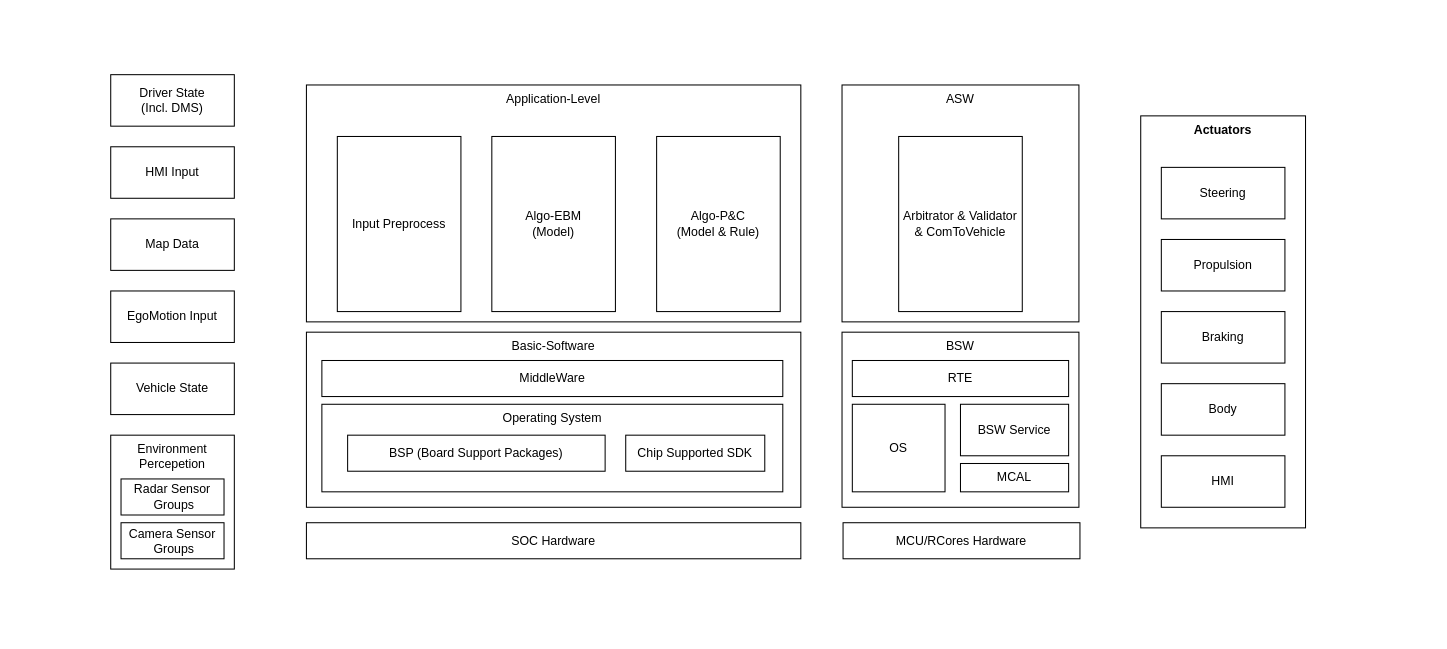
This is 未命名绘图.drawio from pokowee/tinyrenderer_fork, a draw.io file, before an edit. Source tidied: cells renumbered, new cells numbered last; positions are measured from the earlier drawing's top-left corner, leaving out a move shared by most shapes. Both pictures are drawn from the tidied source at 103%, with x=0, y=0 at pixel (110, 74).
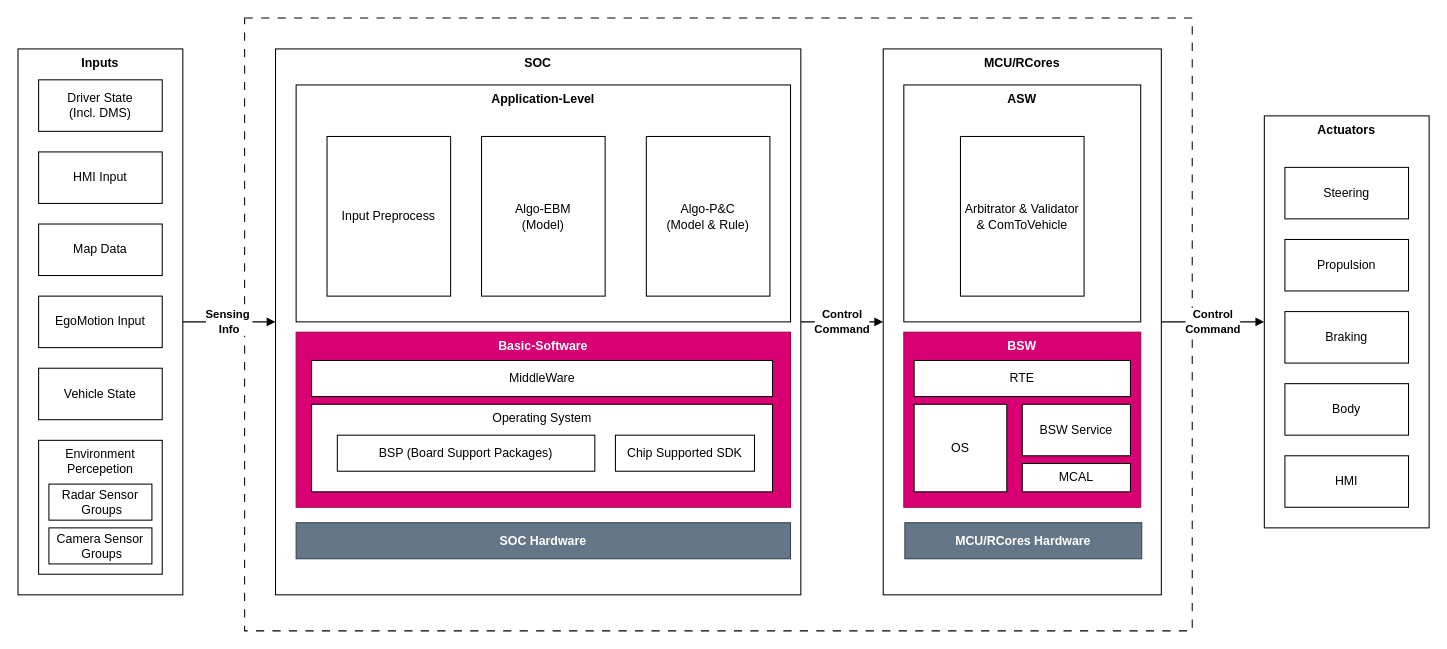
Above is the later version.

Commit message:
更新未命名绘图.drawio

Diff of the diagram source:
```diff
@@
+    <mxCell id="34" style="rounded=0;whiteSpace=wrap;html=1;dashed=1;dashPattern=8 8;fillColor=none;fontStyle=1;" parent="1" vertex="1">
+      <mxGeometry x="130" y="-55" width="920" height="595" as="geometry" />
+    </mxCell>
+    <mxCell id="35" value="Control&lt;div&gt;Command&lt;/div&gt;" style="edgeStyle=orthogonalEdgeStyle;rounded=0;jettySize=auto;html=1;exitX=1;exitY=0.5;exitDx=0;exitDy=0;entryX=0;entryY=0.5;entryDx=0;entryDy=0;endArrow=block;endFill=1;fontStyle=1;" parent="1" edge="1" source="36" target="5">
+      <mxGeometry relative="1" as="geometry" />
+    </mxCell>
+    <mxCell id="36" value="MCU/RCores" style="rounded=0;whiteSpace=wrap;html=1;verticalAlign=top;fontStyle=1;" parent="1" vertex="1">
+      <mxGeometry x="750" y="-25" width="270" height="530" as="geometry" />
+    </mxCell>
+    <mxCell id="37" value="Control&lt;br&gt;Command" style="edgeStyle=orthogonalEdgeStyle;rounded=0;jettySize=auto;html=1;exitX=1;exitY=0.5;exitDx=0;exitDy=0;entryX=0;entryY=0.5;entryDx=0;entryDy=0;endArrow=block;endFill=1;fontStyle=1;" parent="1" edge="1" source="38" target="36">
+      <mxGeometry relative="1" as="geometry" />
+    </mxCell>
+    <mxCell id="38" value="SOC" style="rounded=0;whiteSpace=wrap;html=1;verticalAlign=top;fontStyle=1;" parent="1" vertex="1">
+      <mxGeometry x="160" y="-25" width="510" height="530" as="geometry" />
+    </mxCell>
+    <mxCell id="39" value="Sensing&amp;nbsp;&lt;div&gt;Info&lt;/div&gt;" style="edgeStyle=orthogonalEdgeStyle;rounded=0;jettySize=auto;html=1;exitX=1;exitY=0.5;exitDx=0;exitDy=0;entryX=0;entryY=0.5;entryDx=0;entryDy=0;endArrow=block;endFill=1;fontStyle=1;" parent="1" edge="1" source="40" target="38">
+      <mxGeometry relative="1" as="geometry" />
+    </mxCell>
+    <mxCell id="40" value="&lt;b&gt;Inputs&lt;/b&gt;" style="rounded=0;whiteSpace=wrap;html=1;verticalAlign=top;" parent="1" vertex="1">
+      <mxGeometry x="-90" y="-25" width="160" height="530" as="geometry" />
+    </mxCell>
-    <mxCell id="2" value="ASW" style="rounded=0;whiteSpace=wrap;html=1;verticalAlign=top;" parent="1" vertex="1">
-      <mxGeometry x="710" y="10" width="230" height="230" as="geometry" />
+    <mxCell id="2" value="ASW" style="rounded=0;whiteSpace=wrap;html=1;verticalAlign=top;fontStyle=1;" parent="1" vertex="1">
+      <mxGeometry x="770" y="10" width="230" height="230" as="geometry" />
     </mxCell>
-    <mxCell id="3" value="Basic-Software" style="rounded=0;whiteSpace=wrap;html=1;verticalAlign=top;" parent="1" vertex="1">
-      <mxGeometry x="190" y="250" width="480" height="170" as="geometry" />
+    <mxCell id="3" value="Basic-Software" style="rounded=0;whiteSpace=wrap;html=1;verticalAlign=top;fontStyle=1;fillColor=#d80073;fontColor=#ffffff;strokeColor=#A50040;" parent="1" vertex="1">
+      <mxGeometry x="180" y="250" width="480" height="170" as="geometry" />
     </mxCell>
-    <mxCell id="4" value="Application-Level" style="rounded=0;whiteSpace=wrap;html=1;verticalAlign=top;" parent="1" vertex="1">
-      <mxGeometry x="190" y="10" width="480" height="230" as="geometry" />
+    <mxCell id="4" value="Application-Level" style="rounded=0;whiteSpace=wrap;html=1;verticalAlign=top;fontStyle=1;" parent="1" vertex="1">
+      <mxGeometry x="180" y="10" width="480" height="230" as="geometry" />
     </mxCell>
     <mxCell id="5" value="&lt;b&gt;Actuators&lt;/b&gt;" style="rounded=0;whiteSpace=wrap;html=1;verticalAlign=top;" parent="1" vertex="1">
-      <mxGeometry x="1000" y="40" width="160" height="400" as="geometry" />
+      <mxGeometry x="1120" y="40" width="160" height="400" as="geometry" />
     </mxCell>
     <mxCell id="6" value="Driver State&lt;br&gt;(Incl. DMS)" style="rounded=0;whiteSpace=wrap;html=1;" parent="1" vertex="1">
-      <mxGeometry width="120" height="50" as="geometry" />
+      <mxGeometry x="-70" y="5" width="120" height="50" as="geometry" />
     </mxCell>
     <mxCell id="7" value="HMI Input" style="rounded=0;whiteSpace=wrap;html=1;" parent="1" vertex="1">
-      <mxGeometry y="70" width="120" height="50" as="geometry" />
+      <mxGeometry x="-70" y="75" width="120" height="50" as="geometry" />
     </mxCell>
     <mxCell id="8" value="Map Data" style="rounded=0;whiteSpace=wrap;html=1;" parent="1" vertex="1">
-      <mxGeometry y="140" width="120" height="50" as="geometry" />
+      <mxGeometry x="-70" y="145" width="120" height="50" as="geometry" />
     </mxCell>
     <mxCell id="9" value="EgoMotion Input" style="rounded=0;whiteSpace=wrap;html=1;" parent="1" vertex="1">
-      <mxGeometry y="210" width="120" height="50" as="geometry" />
+      <mxGeometry x="-70" y="215" width="120" height="50" as="geometry" />
     </mxCell>
     <mxCell id="10" value="Vehicle State" style="rounded=0;whiteSpace=wrap;html=1;" parent="1" vertex="1">
-      <mxGeometry y="280" width="120" height="50" as="geometry" />
+      <mxGeometry x="-70" y="285" width="120" height="50" as="geometry" />
     </mxCell>
     <mxCell id="11" value="Environment Percepetion" style="rounded=0;whiteSpace=wrap;html=1;verticalAlign=top;" parent="1" vertex="1">
-      <mxGeometry y="350" width="120" height="130" as="geometry" />
+      <mxGeometry x="-70" y="355" width="120" height="130" as="geometry" />
     </mxCell>
     <mxCell id="12" value="Input Preprocess" style="rounded=0;whiteSpace=wrap;html=1;" parent="1" vertex="1">
-      <mxGeometry x="220" y="60" width="120" height="170" as="geometry" />
+      <mxGeometry x="210" y="60" width="120" height="155" as="geometry" />
     </mxCell>
     <mxCell id="13" value="Algo-EBM&lt;br&gt;(Model)" style="rounded=0;whiteSpace=wrap;html=1;" parent="1" vertex="1">
-      <mxGeometry x="370" y="60" width="120" height="170" as="geometry" />
+      <mxGeometry x="360" y="60" width="120" height="155" as="geometry" />
     </mxCell>
     <mxCell id="14" value="Algo-P&amp;amp;C&lt;br&gt;(Model &amp;amp; Rule)" style="rounded=0;whiteSpace=wrap;html=1;" parent="1" vertex="1">
-      <mxGeometry x="530" y="60" width="120" height="170" as="geometry" />
+      <mxGeometry x="520" y="60" width="120" height="155" as="geometry" />
     </mxCell>
     <mxCell id="15" value="Arbitrator &amp;amp; Validator &amp;amp; ComToVehicle" style="rounded=0;whiteSpace=wrap;html=1;" parent="1" vertex="1">
-      <mxGeometry x="765" y="60" width="120" height="170" as="geometry" />
+      <mxGeometry x="825" y="60" width="120" height="155" as="geometry" />
     </mxCell>
     <mxCell id="16" value="Steering" style="rounded=0;whiteSpace=wrap;html=1;" parent="1" vertex="1">
-      <mxGeometry x="1020" y="90" width="120" height="50" as="geometry" />
+      <mxGeometry x="1140" y="90" width="120" height="50" as="geometry" />
     </mxCell>
     <mxCell id="17" value="Propulsion" style="rounded=0;whiteSpace=wrap;html=1;" parent="1" vertex="1">
-      <mxGeometry x="1020" y="160" width="120" height="50" as="geometry" />
+      <mxGeometry x="1140" y="160" width="120" height="50" as="geometry" />
     </mxCell>
     <mxCell id="18" value="Braking" style="rounded=0;whiteSpace=wrap;html=1;" parent="1" vertex="1">
-      <mxGeometry x="1020" y="230" width="120" height="50" as="geometry" />
+      <mxGeometry x="1140" y="230" width="120" height="50" as="geometry" />
     </mxCell>
     <mxCell id="19" value="Body" style="rounded=0;whiteSpace=wrap;html=1;" parent="1" vertex="1">
-      <mxGeometry x="1020" y="300" width="120" height="50" as="geometry" />
+      <mxGeometry x="1140" y="300" width="120" height="50" as="geometry" />
     </mxCell>
     <mxCell id="20" value="HMI" style="rounded=0;whiteSpace=wrap;html=1;" parent="1" vertex="1">
-      <mxGeometry x="1020" y="370" width="120" height="50" as="geometry" />
+      <mxGeometry x="1140" y="370" width="120" height="50" as="geometry" />
     </mxCell>
     <mxCell id="21" value="Radar Sensor&lt;div&gt;&amp;nbsp;Groups&lt;/div&gt;" style="rounded=0;whiteSpace=wrap;html=1;" parent="1" vertex="1">
-      <mxGeometry x="10" y="392.5" width="100" height="35" as="geometry" />
+      <mxGeometry x="-60" y="397.5" width="100" height="35" as="geometry" />
     </mxCell>
     <mxCell id="22" value="Camera Sensor&lt;div&gt;&amp;nbsp;Groups&lt;/div&gt;" style="rounded=0;whiteSpace=wrap;html=1;" parent="1" vertex="1">
-      <mxGeometry x="10" y="435" width="100" height="35" as="geometry" />
+      <mxGeometry x="-60" y="440" width="100" height="35" as="geometry" />
     </mxCell>
     <mxCell id="23" value="MiddleWare" style="rounded=0;whiteSpace=wrap;html=1;" parent="1" vertex="1">
-      <mxGeometry x="205" y="277.5" width="447.5" height="35" as="geometry" />
+      <mxGeometry x="195" y="277.5" width="447.5" height="35" as="geometry" />
     </mxCell>
     <mxCell id="24" value="Operating System" style="rounded=0;whiteSpace=wrap;html=1;verticalAlign=top;" parent="1" vertex="1">
-      <mxGeometry x="205" y="320" width="447.5" height="85" as="geometry" />
+      <mxGeometry x="195" y="320" width="447.5" height="85" as="geometry" />
     </mxCell>
     <mxCell id="25" value="BSP (Board Support Packages)" style="rounded=0;whiteSpace=wrap;html=1;" parent="1" vertex="1">
-      <mxGeometry x="230" y="350" width="250" height="35" as="geometry" />
+      <mxGeometry x="220" y="350" width="250" height="35" as="geometry" />
     </mxCell>
     <mxCell id="26" value="Chip Supported SDK" style="rounded=0;whiteSpace=wrap;html=1;" parent="1" vertex="1">
-      <mxGeometry x="500" y="350" width="135" height="35" as="geometry" />
+      <mxGeometry x="490" y="350" width="135" height="35" as="geometry" />
     </mxCell>
-    <mxCell id="27" value="SOC Hardware" style="rounded=0;whiteSpace=wrap;html=1;" parent="1" vertex="1">
-      <mxGeometry x="190" y="435" width="480" height="35" as="geometry" />
+    <mxCell id="27" value="SOC Hardware" style="rounded=0;whiteSpace=wrap;html=1;fontStyle=1;fillColor=#647687;fontColor=#ffffff;strokeColor=#314354;" parent="1" vertex="1">
+      <mxGeometry x="180" y="435" width="480" height="35" as="geometry" />
     </mxCell>
-    <mxCell id="28" value="BSW" style="rounded=0;whiteSpace=wrap;html=1;verticalAlign=top;" parent="1" vertex="1">
-      <mxGeometry x="710" y="250" width="230" height="170" as="geometry" />
+    <mxCell id="28" value="BSW" style="rounded=0;whiteSpace=wrap;html=1;verticalAlign=top;fontStyle=1;fillColor=#d80073;fontColor=#ffffff;strokeColor=#A50040;" parent="1" vertex="1">
+      <mxGeometry x="770" y="250" width="230" height="170" as="geometry" />
     </mxCell>
-    <mxCell id="29" value="MCU/RCores Hardware" style="rounded=0;whiteSpace=wrap;html=1;" parent="1" vertex="1">
-      <mxGeometry x="711" y="435" width="230" height="35" as="geometry" />
+    <mxCell id="29" value="MCU/RCores Hardware" style="rounded=0;whiteSpace=wrap;html=1;fontStyle=1;fillColor=#647687;fontColor=#ffffff;strokeColor=#314354;" parent="1" vertex="1">
+      <mxGeometry x="771" y="435" width="230" height="35" as="geometry" />
     </mxCell>
     <mxCell id="30" value="RTE" style="rounded=0;whiteSpace=wrap;html=1;" parent="1" vertex="1">
-      <mxGeometry x="720" y="277.5" width="210" height="35" as="geometry" />
+      <mxGeometry x="780" y="277.5" width="210" height="35" as="geometry" />
     </mxCell>
     <mxCell id="31" value="BSW Service" style="rounded=0;whiteSpace=wrap;html=1;" parent="1" vertex="1">
-      <mxGeometry x="825" y="320" width="105" height="50" as="geometry" />
+      <mxGeometry x="885" y="320" width="105" height="50" as="geometry" />
     </mxCell>
     <mxCell id="32" value="OS" style="rounded=0;whiteSpace=wrap;html=1;" parent="1" vertex="1">
-      <mxGeometry x="720" y="320" width="90" height="85" as="geometry" />
+      <mxGeometry x="780" y="320" width="90" height="85" as="geometry" />
     </mxCell>
     <mxCell id="33" value="MCAL" style="rounded=0;whiteSpace=wrap;html=1;" parent="1" vertex="1">
-      <mxGeometry x="825" y="377.5" width="105" height="27.5" as="geometry" />
+      <mxGeometry x="885" y="377.5" width="105" height="27.5" as="geometry" />
     </mxCell>
```
